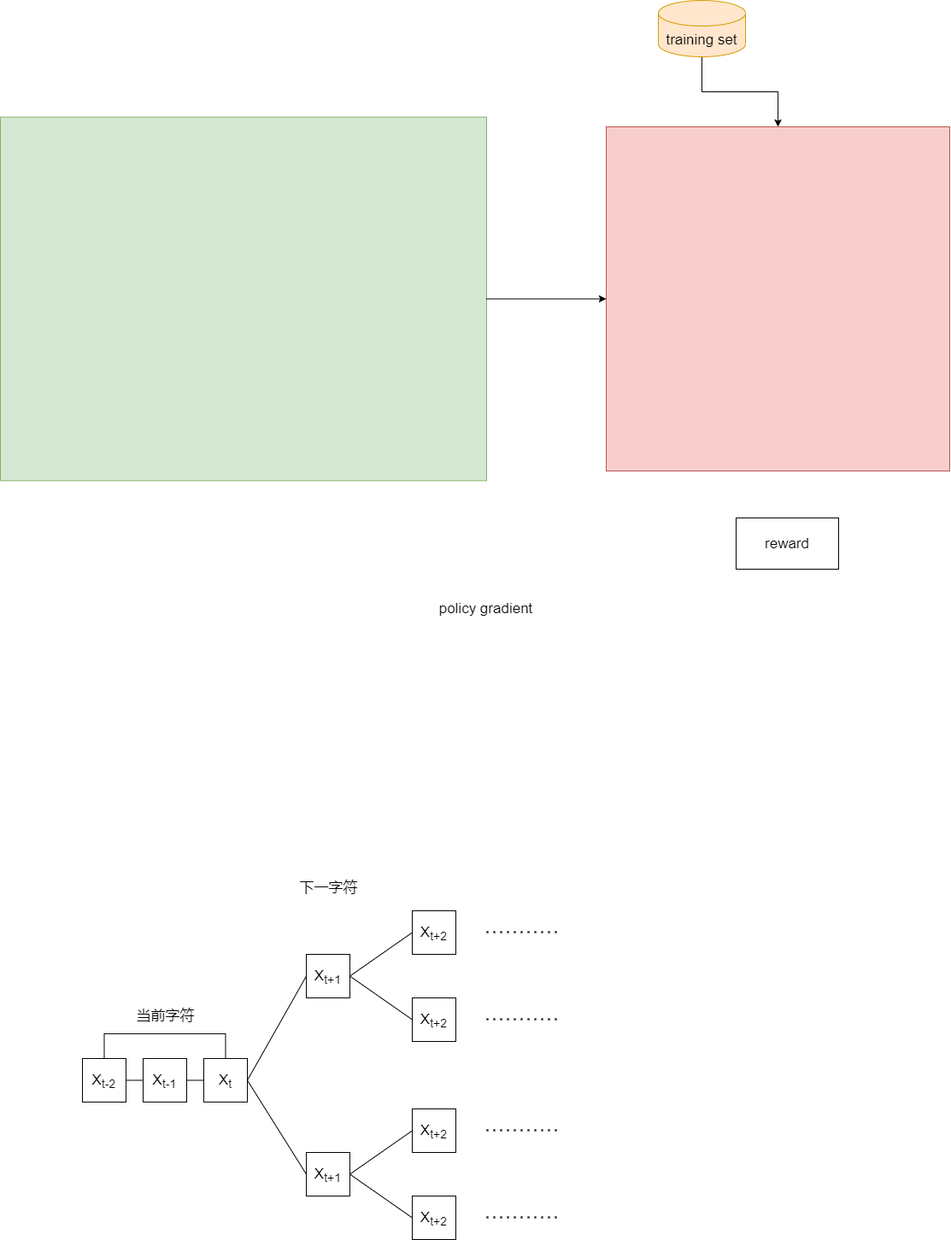
Earlier version of the draw.io export seqgan.drawio.png (lakomi/pictures). Source tidied: cells renumbered, new cells last; positions are measured from the earlier drawing's top-left corner, leaving out a move shared by most shapes.
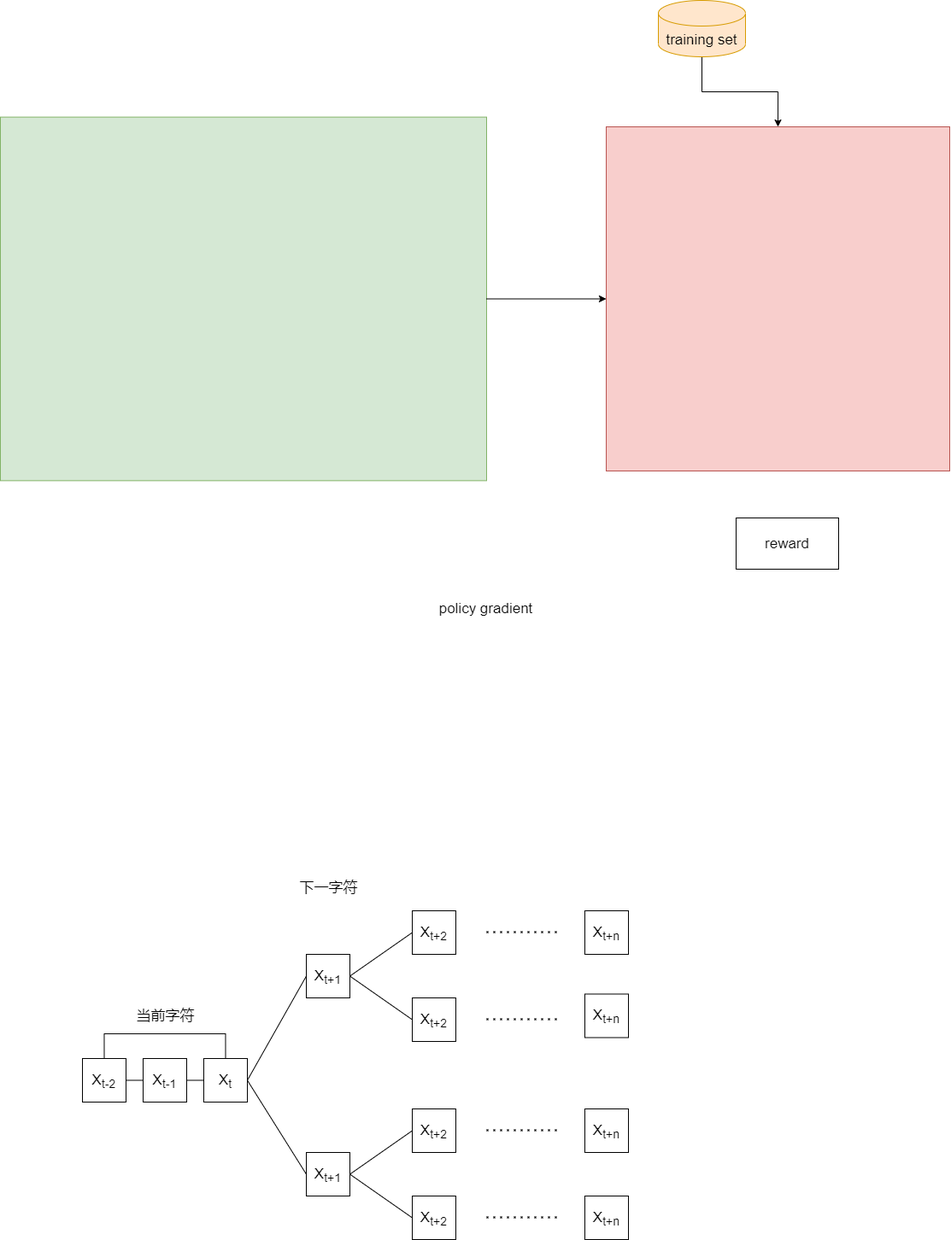
Later version of the same file.

Diff of the diagram source:
```diff
@@ -124,5 +124,17 @@
         </Array>
       </mxGeometry>
     </mxCell>
+    <mxCell id="33" value="X&lt;sub&gt;t+n&lt;/sub&gt;" style="rounded=0;whiteSpace=wrap;html=1;fontSize=17;" parent="1" vertex="1">
+      <mxGeometry x="684" y="1066" width="51" height="51" as="geometry" />
+    </mxCell>
+    <mxCell id="34" value="X&lt;sub&gt;t+n&lt;/sub&gt;" style="rounded=0;whiteSpace=wrap;html=1;fontSize=17;" parent="1" vertex="1">
+      <mxGeometry x="684" y="1163.5" width="51" height="51" as="geometry" />
+    </mxCell>
+    <mxCell id="35" value="X&lt;sub&gt;t+n&lt;/sub&gt;" style="rounded=0;whiteSpace=wrap;html=1;fontSize=17;" parent="1" vertex="1">
+      <mxGeometry x="684" y="1298" width="51" height="51" as="geometry" />
+    </mxCell>
+    <mxCell id="36" value="X&lt;sub&gt;t+n&lt;/sub&gt;" style="rounded=0;whiteSpace=wrap;html=1;fontSize=17;" parent="1" vertex="1">
+      <mxGeometry x="684" y="1400" width="51" height="51" as="geometry" />
+    </mxCell>
   </root>
 </mxGraphModel>
```
